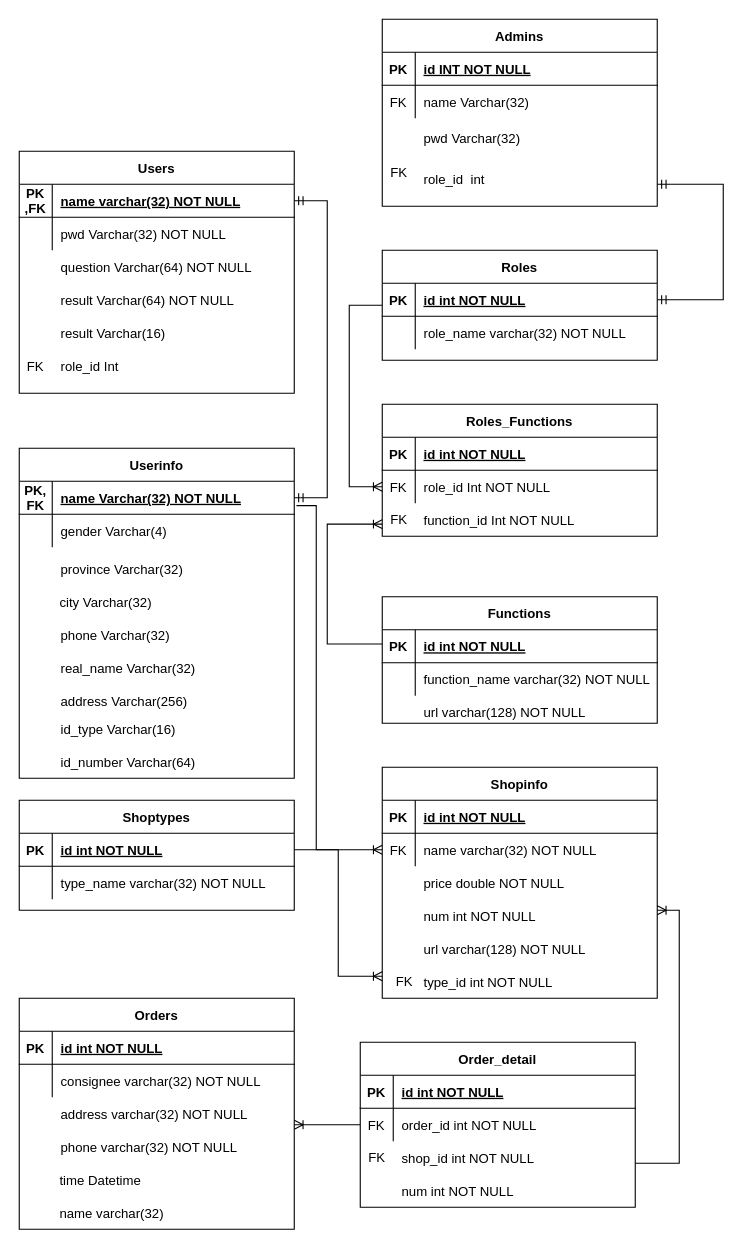
This is Untitled Diagram.drawio from czcq/drawio_storage, a draw.io file, before an edit. Source tidied: cells renumbered, new cells numbered last; positions are measured from the earlier drawing's top-left corner, leaving out a move shared by most shapes. Both pictures are drawn from the tidied source at 110%, with x=0, y=0 at pixel (19, 19).
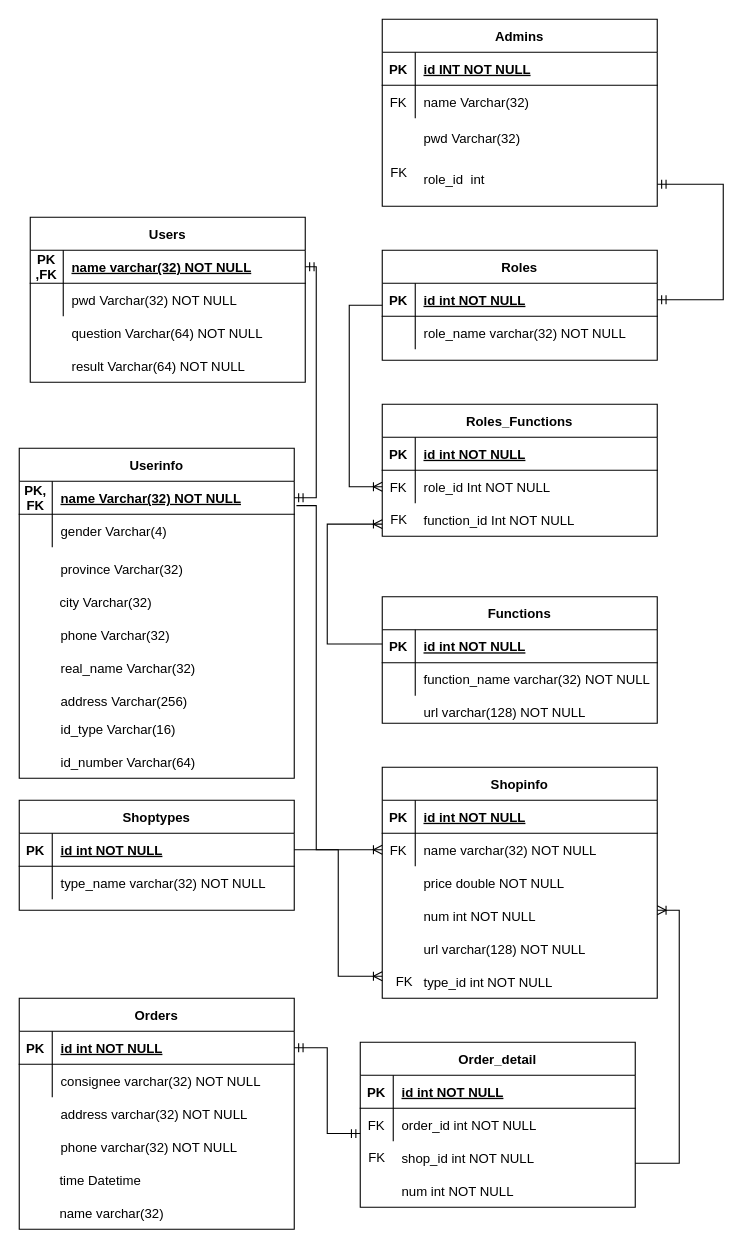
After the change.

Unchanged cells that the change refers to:
```xml
<mxCell id="3" style="shape=partialRectangle;fillColor=none;points=[[0,0.5],[1,0.5]];portConstraint=eastwest;top=0;left=0;right=0;bottom=1;" parent="2" vertex="1">
  <mxGeometry y="30" width="250" height="30" as="geometry" />
</mxCell>
<mxCell id="29" style="shape=partialRectangle;fillColor=none;points=[[0,0.5],[1,0.5]];portConstraint=eastwest;top=0;left=0;right=0;bottom=1;" parent="28" vertex="1">
  <mxGeometry y="30" width="250" height="30" as="geometry" />
</mxCell>
<mxCell id="95" style="shape=partialRectangle;fillColor=none;points=[[0,0.5],[1,0.5]];portConstraint=eastwest;top=0;left=0;right=0;bottom=1;" parent="94" vertex="1">
  <mxGeometry y="30" width="250" height="30" as="geometry" />
</mxCell>
<mxCell id="109" style="shape=partialRectangle;fillColor=none;points=[[0,0.5],[1,0.5]];portConstraint=eastwest;top=0;left=0;right=0;bottom=0;" parent="105" vertex="1">
  <mxGeometry y="60" width="250" height="30" as="geometry" />
</mxCell>
```

The edit, as a diff of the source:
```diff
@@
     <mxCell id="2" value="Users" style="shape=table;startSize=30;childLayout=tableLayout;rowLines=0;fontStyle=1;align=center;" parent="1" vertex="1">
-      <mxGeometry y="120" width="250" height="220" as="geometry" />
+      <mxGeometry x="10" y="180" width="250" height="150" as="geometry" />
     </mxCell>
@@
     <mxCell id="9" style="shape=partialRectangle;fillColor=none;top=0;left=0;right=0;bottom=0;" parent="1" vertex="1">
-      <mxGeometry y="210" width="250" height="30" as="geometry" />
+      <mxGeometry x="10" y="270" width="250" height="30" as="geometry" />
     </mxCell>
@@
     <mxCell id="12" style="shape=partialRectangle;fillColor=none;top=0;left=0;right=0;bottom=0;" parent="1" vertex="1">
-      <mxGeometry y="240" width="250" height="30" as="geometry" />
+      <mxGeometry x="10" y="300" width="250" height="30" as="geometry" />
     </mxCell>
@@
     <mxCell id="15" style="shape=partialRectangle;fillColor=none;top=0;left=0;right=0;bottom=0;" parent="1" vertex="1">
-      <mxGeometry y="270" width="250" height="30" as="geometry" />
+      <mxGeometry x="10" y="330" width="250" height="10" as="geometry" />
     </mxCell>
     <mxCell id="16" style="shape=partialRectangle;overflow=hidden;fillColor=none;top=0;left=0;bottom=0;right=0;" parent="15" vertex="1">
-      <mxGeometry width="30" height="30" as="geometry" />
+      <mxGeometry width="30" height="10" as="geometry" />
     </mxCell>
-    <mxCell id="17" value="result Varchar(16)" style="shape=partialRectangle;overflow=hidden;fillColor=none;top=0;left=0;bottom=0;right=0;align=left;spacingLeft=6;" parent="15" vertex="1">
-      <mxGeometry x="30" width="220" height="30" as="geometry" />
-    </mxCell>
-    <mxCell id="18" style="shape=partialRectangle;fillColor=none;top=0;left=0;right=0;bottom=0;" parent="1" vertex="1">
-      <mxGeometry y="300" width="250" height="30" as="geometry" />
-    </mxCell>
-    <mxCell id="19" value="FK" style="shape=partialRectangle;overflow=hidden;fillColor=none;top=0;left=0;bottom=0;right=0;" parent="18" vertex="1">
-      <mxGeometry width="30" height="30" as="geometry" />
-    </mxCell>
-    <mxCell id="20" value="role_id Int" style="shape=partialRectangle;overflow=hidden;fillColor=none;top=0;left=0;bottom=0;right=0;align=left;spacingLeft=6;" parent="18" vertex="1">
-      <mxGeometry x="30" width="220" height="30" as="geometry" />
-    </mxCell>
@@
-    <mxCell id="35" style="edgeStyle=entityRelationEdgeStyle;fontSize=12;html=1;endArrow=ERmandOne;startArrow=ERmandOne;rounded=0;entryX=1;entryY=0.5;entryDx=0;entryDy=0;exitX=1;exitY=0.5;exitDx=0;exitDy=0;" parent="1" edge="1" source="29" target="3">
+    <mxCell id="35" style="edgeStyle=orthogonalEdgeStyle;fontSize=12;html=1;endArrow=ERmandOne;startArrow=ERmandOne;rounded=0;entryX=1;entryY=0.5;entryDx=0;entryDy=0;exitX=1;exitY=0.5;exitDx=0;exitDy=0;" parent="1" edge="1" source="29" target="3">
       <mxGeometry relative="1" as="geometry" />
     </mxCell>
@@
-    <mxCell id="115" style="fontSize=12;html=1;endArrow=ERoneToMany;rounded=0;exitX=0;exitY=0.5;exitDx=0;exitDy=0;" parent="1" edge="1" source="109">
-      <mxGeometry relative="1" as="geometry">
-        <mxPoint x="250" y="1005" as="targetPoint" />
-      </mxGeometry>
-    </mxCell>
@@
+    <mxCell id="118" style="edgeStyle=elbowEdgeStyle;fontSize=12;html=1;endArrow=ERmandOne;startArrow=ERmandOne;rounded=0;exitX=1;exitY=0.5;exitDx=0;exitDy=0;" parent="1" edge="1" source="95">
+      <mxGeometry relative="1" as="geometry">
+        <mxPoint x="310" y="1013" as="targetPoint" />
+      </mxGeometry>
+    </mxCell>
```
